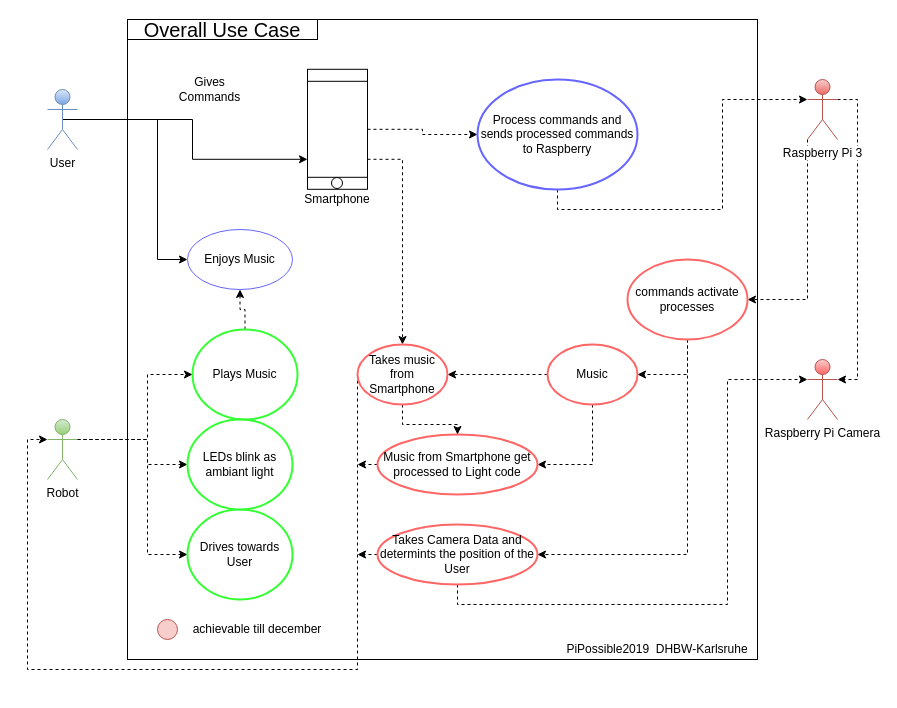
This is OverallUseCaseDiagramm.drawio from PiPossible1/PiPossible, a draw.io file, before an edit. Source tidied: cells renumbered, new cells numbered last; positions are measured from the earlier drawing's top-left corner, leaving out a move shared by most shapes. Both pictures are drawn from the tidied source at 100%, with x=0, y=0 at pixel (27, 19).
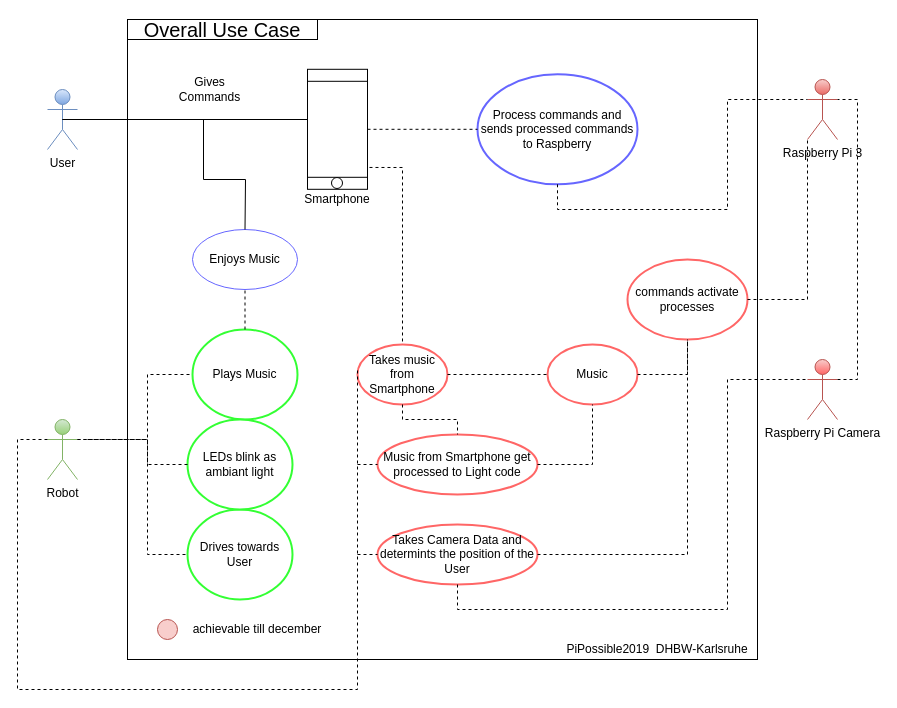
Above is the later version.

The change refers to these unchanged cells:
```xml
<mxCell id="7" value="User&lt;br&gt;" style="shape=umlActor;verticalLabelPosition=bottom;labelBackgroundColor=#ffffff;verticalAlign=top;html=1;gradientColor=#7ea6e0;fillColor=#dae8fc;strokeColor=#6c8ebf;" parent="1" vertex="1">
  <mxGeometry x="20" y="70" width="30" height="60" as="geometry" />
</mxCell>
<mxCell id="10" style="shape=process;whiteSpace=wrap;html=1;backgroundOutline=1;strokeWidth=1;fontFamily=Helvetica;direction=south;" parent="1" vertex="1">
  <mxGeometry x="280" y="49.8" width="60" height="120" as="geometry" />
</mxCell>
<mxCell id="15" value="Plays Music" style="ellipse;whiteSpace=wrap;html=1;strokeWidth=2;fontFamily=Helvetica;strokeColor=#33FF33;" parent="1" vertex="1">
  <mxGeometry x="165" y="310" width="105" height="90" as="geometry" />
</mxCell>
<mxCell id="19" value="Robot" style="shape=umlActor;verticalLabelPosition=bottom;labelBackgroundColor=#ffffff;verticalAlign=top;html=1;outlineConnect=0;strokeColor=#82b366;strokeWidth=1;fontFamily=Helvetica;gradientColor=#97d077;fillColor=#d5e8d4;" parent="1" vertex="1">
  <mxGeometry x="20" y="400" width="30" height="60" as="geometry" />
</mxCell>
<mxCell id="20" value="Drives towards User" style="ellipse;whiteSpace=wrap;html=1;strokeWidth=2;fontFamily=Helvetica;strokeColor=#33FF33;" parent="1" vertex="1">
  <mxGeometry x="160" y="490" width="105" height="90" as="geometry" />
</mxCell>
<mxCell id="21" value="LEDs blink as ambiant light" style="ellipse;whiteSpace=wrap;html=1;strokeWidth=2;fontFamily=Helvetica;strokeColor=#33FF33;" parent="1" vertex="1">
  <mxGeometry x="160" y="400" width="105" height="90" as="geometry" />
</mxCell>
<mxCell id="26" value="Raspberry Pi 3&lt;br&gt;" style="shape=umlActor;verticalLabelPosition=bottom;labelBackgroundColor=#ffffff;verticalAlign=top;html=1;outlineConnect=0;strokeColor=#b85450;strokeWidth=1;fontFamily=Helvetica;gradientColor=#ea6b66;fillColor=#f8cecc;" parent="1" vertex="1">
  <mxGeometry x="780" y="60" width="30" height="60" as="geometry" />
</mxCell>
<mxCell id="32" value="Music" style="ellipse;whiteSpace=wrap;html=1;strokeWidth=2;strokeColor=#FF6666;" parent="1" vertex="1">
  <mxGeometry x="520" y="325" width="90" height="60" as="geometry" />
</mxCell>
<mxCell id="35" value="Takes Camera Data and determints the position of the User" style="ellipse;whiteSpace=wrap;html=1;strokeColor=#FF6666;strokeWidth=2;" parent="1" vertex="1">
  <mxGeometry x="350" y="505" width="160" height="60" as="geometry" />
</mxCell>
<mxCell id="37" value="Music from Smartphone get processed to Light code" style="ellipse;whiteSpace=wrap;html=1;strokeWidth=2;strokeColor=#FF6666;" parent="1" vertex="1">
  <mxGeometry x="350" y="415" width="160" height="60" as="geometry" />
</mxCell>
<mxCell id="40" value="commands activate processes" style="ellipse;whiteSpace=wrap;html=1;strokeColor=#FF6666;strokeWidth=2;" parent="1" vertex="1">
  <mxGeometry x="600" y="240" width="120" height="80" as="geometry" />
</mxCell>
<mxCell id="43" value="Takes music from Smartphone" style="ellipse;whiteSpace=wrap;html=1;strokeColor=#FF6666;strokeWidth=2;" parent="1" vertex="1">
  <mxGeometry x="330" y="325" width="90" height="60" as="geometry" />
</mxCell>
<mxCell id="44" value="Raspberry Pi Camera" style="shape=umlActor;verticalLabelPosition=bottom;labelBackgroundColor=#ffffff;verticalAlign=top;html=1;outlineConnect=0;fillColor=#F8CECC;strokeColor=#b85450;gradientColor=#FF6666;" parent="1" vertex="1">
  <mxGeometry x="780" y="340" width="30" height="60" as="geometry" />
</mxCell>
```

Change to the diagram source:
```diff
@@
-    <mxCell id="5" style="edgeStyle=orthogonalEdgeStyle;rounded=0;jettySize=auto;html=1;exitX=0.5;exitY=0.5;exitDx=0;exitDy=0;exitPerimeter=0;entryX=0.75;entryY=1;entryDx=0;entryDy=0;fontFamily=Helvetica;" parent="1" edge="1" source="7" target="10">
-      <mxGeometry relative="1" as="geometry" />
-    </mxCell>
-    <mxCell id="6" style="edgeStyle=orthogonalEdgeStyle;rounded=0;jettySize=auto;html=1;exitX=0.5;exitY=0.5;exitDx=0;exitDy=0;exitPerimeter=0;entryX=0;entryY=0.5;entryDx=0;entryDy=0;fontFamily=Helvetica;" parent="1" edge="1" source="7" target="13">
-      <mxGeometry relative="1" as="geometry">
-        <Array as="points">
-          <mxPoint x="130" y="100" />
-          <mxPoint x="130" y="240" />
-        </Array>
-      </mxGeometry>
-    </mxCell>
@@
-    <mxCell id="8" style="edgeStyle=orthogonalEdgeStyle;rounded=0;jettySize=auto;html=1;exitX=0.5;exitY=0;exitDx=0;exitDy=0;fontFamily=Helvetica;dashed=1;" parent="1" edge="1" source="10" target="23">
-      <mxGeometry relative="1" as="geometry" />
-    </mxCell>
-    <mxCell id="9" style="edgeStyle=orthogonalEdgeStyle;rounded=0;jettySize=auto;html=1;exitX=0.75;exitY=0;exitDx=0;exitDy=0;entryX=0.5;entryY=0;entryDx=0;entryDy=0;dashed=1;" parent="1" edge="1" source="10" target="43">
-      <mxGeometry relative="1" as="geometry" />
-    </mxCell>
@@
     <mxCell id="13" value="Enjoys Music" style="ellipse;whiteSpace=wrap;html=1;strokeWidth=1;fontFamily=Helvetica;fillColor=#FFFFFF;strokeColor=#6666FF;" parent="1" vertex="1">
-      <mxGeometry x="160" y="210" width="105" height="60" as="geometry" />
+      <mxGeometry x="165" y="210" width="105" height="60" as="geometry" />
     </mxCell>
-    <mxCell id="14" style="edgeStyle=orthogonalEdgeStyle;rounded=0;jettySize=auto;html=1;exitX=0.5;exitY=0;exitDx=0;exitDy=0;entryX=0.5;entryY=1;entryDx=0;entryDy=0;dashed=1;" parent="1" edge="1" source="15" target="13">
-      <mxGeometry relative="1" as="geometry" />
-    </mxCell>
@@
-    <mxCell id="16" style="edgeStyle=orthogonalEdgeStyle;rounded=0;jettySize=auto;html=1;exitX=1;exitY=0.3333333333333333;exitDx=0;exitDy=0;exitPerimeter=0;entryX=0;entryY=0.5;entryDx=0;entryDy=0;dashed=1;" parent="1" edge="1" source="19" target="15">
-      <mxGeometry relative="1" as="geometry">
-        <Array as="points">
-          <mxPoint x="120" y="420" />
-          <mxPoint x="120" y="355" />
-        </Array>
-      </mxGeometry>
-    </mxCell>
-    <mxCell id="17" style="edgeStyle=orthogonalEdgeStyle;rounded=0;jettySize=auto;html=1;exitX=1;exitY=0.3333333333333333;exitDx=0;exitDy=0;exitPerimeter=0;dashed=1;" parent="1" edge="1" source="19" target="21">
-      <mxGeometry relative="1" as="geometry">
-        <Array as="points">
-          <mxPoint x="120" y="420" />
-          <mxPoint x="120" y="445" />
-        </Array>
-      </mxGeometry>
-    </mxCell>
-    <mxCell id="18" style="edgeStyle=orthogonalEdgeStyle;rounded=0;jettySize=auto;html=1;exitX=1;exitY=0.3333333333333333;exitDx=0;exitDy=0;exitPerimeter=0;entryX=0;entryY=0.5;entryDx=0;entryDy=0;dashed=1;" parent="1" edge="1" source="19" target="20">
-      <mxGeometry relative="1" as="geometry">
-        <Array as="points">
-          <mxPoint x="120" y="420" />
-          <mxPoint x="120" y="535" />
-        </Array>
-      </mxGeometry>
-    </mxCell>
@@
-    <mxCell id="22" style="edgeStyle=orthogonalEdgeStyle;rounded=0;jettySize=auto;html=1;exitX=0.5;exitY=1;exitDx=0;exitDy=0;entryX=0;entryY=0.3333333333333333;entryDx=0;entryDy=0;entryPerimeter=0;dashed=1;fontFamily=Helvetica;" parent="1" edge="1" source="23" target="26">
-      <mxGeometry relative="1" as="geometry" />
-    </mxCell>
     <mxCell id="23" value="Process commands and sends processed commands to Raspberry" style="ellipse;whiteSpace=wrap;html=1;strokeWidth=2;fontFamily=Helvetica;strokeColor=#6666FF;" parent="1" vertex="1">
-      <mxGeometry x="450" y="60" width="160" height="110" as="geometry" />
+      <mxGeometry x="450" y="54.8" width="160" height="110" as="geometry" />
     </mxCell>
-    <mxCell id="24" style="edgeStyle=orthogonalEdgeStyle;rounded=0;jettySize=auto;html=1;exitX=0;exitY=1;exitDx=0;exitDy=0;exitPerimeter=0;entryX=1;entryY=0.5;entryDx=0;entryDy=0;dashed=1;" parent="1" edge="1" source="26" target="40">
-      <mxGeometry relative="1" as="geometry" />
-    </mxCell>
-    <mxCell id="25" style="edgeStyle=orthogonalEdgeStyle;rounded=0;jettySize=auto;html=1;exitX=1;exitY=0.3333333333333333;exitDx=0;exitDy=0;exitPerimeter=0;entryX=1;entryY=0.3333333333333333;entryDx=0;entryDy=0;entryPerimeter=0;dashed=1;" parent="1" edge="1" source="26" target="44">
-      <mxGeometry relative="1" as="geometry" />
-    </mxCell>
@@
-    <mxCell id="30" style="edgeStyle=orthogonalEdgeStyle;rounded=0;jettySize=auto;html=1;exitX=0;exitY=0.5;exitDx=0;exitDy=0;entryX=1;entryY=0.5;entryDx=0;entryDy=0;dashed=1;" parent="1" edge="1" source="32" target="43">
-      <mxGeometry relative="1" as="geometry" />
-    </mxCell>
-    <mxCell id="31" style="edgeStyle=orthogonalEdgeStyle;rounded=0;jettySize=auto;html=1;exitX=0.5;exitY=1;exitDx=0;exitDy=0;entryX=1;entryY=0.5;entryDx=0;entryDy=0;dashed=1;" parent="1" edge="1" source="32" target="37">
-      <mxGeometry relative="1" as="geometry" />
-    </mxCell>
@@
-    <mxCell id="33" style="edgeStyle=orthogonalEdgeStyle;rounded=0;jettySize=auto;html=1;exitX=0.5;exitY=1;exitDx=0;exitDy=0;entryX=0;entryY=0.3333333333333333;entryDx=0;entryDy=0;entryPerimeter=0;dashed=1;" parent="1" edge="1" source="35" target="44">
-      <mxGeometry relative="1" as="geometry">
-        <Array as="points">
-          <mxPoint x="430" y="585" />
-          <mxPoint x="700" y="585" />
-          <mxPoint x="700" y="360" />
-        </Array>
-      </mxGeometry>
-    </mxCell>
-    <mxCell id="34" style="edgeStyle=orthogonalEdgeStyle;rounded=0;jettySize=auto;html=1;exitX=0;exitY=0.5;exitDx=0;exitDy=0;dashed=1;" parent="1" edge="1" source="35">
-      <mxGeometry relative="1" as="geometry">
-        <mxPoint x="330" y="535" as="targetPoint" />
-      </mxGeometry>
-    </mxCell>
@@
-    <mxCell id="36" style="edgeStyle=orthogonalEdgeStyle;rounded=0;jettySize=auto;html=1;exitX=0;exitY=0.5;exitDx=0;exitDy=0;dashed=1;" parent="1" edge="1" source="37">
-      <mxGeometry relative="1" as="geometry">
-        <mxPoint x="330" y="445" as="targetPoint" />
-      </mxGeometry>
-    </mxCell>
@@
-    <mxCell id="38" style="edgeStyle=orthogonalEdgeStyle;rounded=0;jettySize=auto;html=1;exitX=0.5;exitY=1;exitDx=0;exitDy=0;entryX=1;entryY=0.5;entryDx=0;entryDy=0;dashed=1;" parent="1" edge="1" source="40" target="32">
-      <mxGeometry relative="1" as="geometry" />
-    </mxCell>
-    <mxCell id="39" style="edgeStyle=orthogonalEdgeStyle;rounded=0;jettySize=auto;html=1;exitX=0.5;exitY=1;exitDx=0;exitDy=0;entryX=1;entryY=0.5;entryDx=0;entryDy=0;dashed=1;" parent="1" edge="1" source="40" target="35">
-      <mxGeometry relative="1" as="geometry" />
-    </mxCell>
@@
-    <mxCell id="41" style="edgeStyle=orthogonalEdgeStyle;rounded=0;jettySize=auto;html=1;exitX=0.5;exitY=1;exitDx=0;exitDy=0;dashed=1;" parent="1" edge="1" source="43" target="37">
-      <mxGeometry relative="1" as="geometry" />
-    </mxCell>
-    <mxCell id="42" style="edgeStyle=orthogonalEdgeStyle;rounded=0;jettySize=auto;html=1;exitX=0;exitY=0.5;exitDx=0;exitDy=0;entryX=0;entryY=0.3333333333333333;entryDx=0;entryDy=0;entryPerimeter=0;dashed=1;" parent="1" edge="1" source="43" target="19">
-      <mxGeometry relative="1" as="geometry">
-        <Array as="points">
-          <mxPoint x="330" y="650" />
-          <mxPoint y="650" />
-          <mxPoint y="420" />
-        </Array>
-      </mxGeometry>
-    </mxCell>
@@
+    <mxCell id="45" style="endArrow=none;html=1;exitX=0.5;exitY=0.5;exitDx=0;exitDy=0;exitPerimeter=0;" parent="1" edge="1" source="7">
+      <mxGeometry relative="1" as="geometry">
+        <mxPoint x="280" y="100" as="targetPoint" />
+      </mxGeometry>
+    </mxCell>
+    <mxCell id="6" style="endArrow=none;html=1;exitX=0.5;exitY=0.5;exitDx=0;exitDy=0;exitPerimeter=0;entryX=0.5;entryY=0;entryDx=0;entryDy=0;rounded=0;" parent="1" edge="1" source="7" target="13">
+      <mxGeometry relative="1" as="geometry">
+        <Array as="points">
+          <mxPoint x="176" y="100" />
+          <mxPoint x="176" y="160" />
+          <mxPoint x="218" y="160" />
+        </Array>
+      </mxGeometry>
+    </mxCell>
+    <mxCell id="46" style="endArrow=none;dashed=1;html=1;entryX=0;entryY=0.5;entryDx=0;entryDy=0;rounded=0;" parent="1" edge="1" target="20">
+      <mxGeometry relative="1" as="geometry">
+        <mxPoint x="60" y="420" as="sourcePoint" />
+        <Array as="points">
+          <mxPoint x="120" y="420" />
+          <mxPoint x="120" y="535" />
+        </Array>
+      </mxGeometry>
+    </mxCell>
+    <mxCell id="47" style="endArrow=none;dashed=1;html=1;entryX=0;entryY=0.5;entryDx=0;entryDy=0;rounded=0;" parent="1" edge="1" target="21">
+      <mxGeometry relative="1" as="geometry">
+        <mxPoint x="50" y="420" as="sourcePoint" />
+        <Array as="points">
+          <mxPoint x="120" y="420" />
+          <mxPoint x="120" y="445" />
+        </Array>
+      </mxGeometry>
+    </mxCell>
+    <mxCell id="16" style="endArrow=none;dashed=1;html=1;entryX=0;entryY=0.5;entryDx=0;entryDy=0;exitX=1;exitY=0.3333333333333333;exitDx=0;exitDy=0;exitPerimeter=0;rounded=0;" parent="1" edge="1" source="19" target="15">
+      <mxGeometry relative="1" as="geometry">
+        <Array as="points">
+          <mxPoint x="120" y="420" />
+          <mxPoint x="120" y="355" />
+        </Array>
+      </mxGeometry>
+    </mxCell>
+    <mxCell id="48" style="endArrow=none;dashed=1;html=1;rounded=0;exitX=0;exitY=0.3333333333333333;exitDx=0;exitDy=0;exitPerimeter=0;" parent="1" edge="1" source="19">
+      <mxGeometry relative="1" as="geometry">
+        <mxPoint x="330" y="350" as="targetPoint" />
+        <Array as="points">
+          <mxPoint x="-10" y="420" />
+          <mxPoint x="-10" y="670" />
+          <mxPoint x="330" y="670" />
+        </Array>
+      </mxGeometry>
+    </mxCell>
+    <mxCell id="14" style="endArrow=none;dashed=1;html=1;entryX=0.5;entryY=1;entryDx=0;entryDy=0;exitX=0.5;exitY=0;exitDx=0;exitDy=0;" parent="1" edge="1" source="15" target="13">
+      <mxGeometry relative="1" as="geometry" />
+    </mxCell>
+    <mxCell id="8" style="endArrow=none;dashed=1;html=1;entryX=0;entryY=0.5;entryDx=0;entryDy=0;" parent="1" edge="1" source="10" target="23">
+      <mxGeometry relative="1" as="geometry" />
+    </mxCell>
+    <mxCell id="9" style="endArrow=none;dashed=1;html=1;entryX=0.5;entryY=0;entryDx=0;entryDy=0;exitX=0.818;exitY=-0.033;exitDx=0;exitDy=0;exitPerimeter=0;rounded=0;" parent="1" edge="1" source="10" target="43">
+      <mxGeometry relative="1" as="geometry">
+        <Array as="points">
+          <mxPoint x="375" y="148" />
+        </Array>
+      </mxGeometry>
+    </mxCell>
+    <mxCell id="49" style="endArrow=none;dashed=1;html=1;entryX=0;entryY=0.5;entryDx=0;entryDy=0;" parent="1" edge="1" target="37">
+      <mxGeometry relative="1" as="geometry">
+        <mxPoint x="330" y="445" as="sourcePoint" />
+      </mxGeometry>
+    </mxCell>
+    <mxCell id="50" style="endArrow=none;dashed=1;html=1;entryX=0;entryY=0.5;entryDx=0;entryDy=0;" parent="1" edge="1" target="35">
+      <mxGeometry relative="1" as="geometry">
+        <mxPoint x="330" y="535" as="sourcePoint" />
+      </mxGeometry>
+    </mxCell>
+    <mxCell id="41" style="endArrow=none;dashed=1;html=1;exitX=0.5;exitY=1;exitDx=0;exitDy=0;entryX=0.5;entryY=0;entryDx=0;entryDy=0;rounded=0;" parent="1" edge="1" source="43" target="37">
+      <mxGeometry relative="1" as="geometry">
+        <Array as="points">
+          <mxPoint x="375" y="400" />
+          <mxPoint x="430" y="400" />
+        </Array>
+      </mxGeometry>
+    </mxCell>
+    <mxCell id="51" style="endArrow=none;dashed=1;html=1;exitX=1;exitY=0.5;exitDx=0;exitDy=0;entryX=0;entryY=0.5;entryDx=0;entryDy=0;" parent="1" edge="1" source="43" target="32">
+      <mxGeometry relative="1" as="geometry" />
+    </mxCell>
+    <mxCell id="52" style="endArrow=none;dashed=1;html=1;entryX=0.5;entryY=1;entryDx=0;entryDy=0;exitX=1;exitY=0.5;exitDx=0;exitDy=0;rounded=0;" parent="1" edge="1" source="32" target="40">
+      <mxGeometry relative="1" as="geometry">
+        <Array as="points">
+          <mxPoint x="660" y="355" />
+        </Array>
+      </mxGeometry>
+    </mxCell>
+    <mxCell id="53" style="endArrow=none;dashed=1;html=1;entryX=0.5;entryY=1;entryDx=0;entryDy=0;exitX=1;exitY=0.5;exitDx=0;exitDy=0;rounded=0;" parent="1" edge="1" source="35" target="40">
+      <mxGeometry relative="1" as="geometry">
+        <Array as="points">
+          <mxPoint x="660" y="535" />
+        </Array>
+      </mxGeometry>
+    </mxCell>
+    <mxCell id="33" style="endArrow=none;dashed=1;html=1;exitX=0.5;exitY=1;exitDx=0;exitDy=0;entryX=0;entryY=0.3333333333333333;entryDx=0;entryDy=0;entryPerimeter=0;rounded=0;" parent="1" edge="1" source="35" target="44">
+      <mxGeometry relative="1" as="geometry">
+        <Array as="points">
+          <mxPoint x="430" y="590" />
+          <mxPoint x="700" y="590" />
+          <mxPoint x="700" y="360" />
+        </Array>
+      </mxGeometry>
+    </mxCell>
+    <mxCell id="54" style="endArrow=none;dashed=1;html=1;entryX=1;entryY=0.3333333333333333;entryDx=0;entryDy=0;entryPerimeter=0;exitX=1;exitY=0.3333333333333333;exitDx=0;exitDy=0;exitPerimeter=0;rounded=0;" parent="1" edge="1" source="44" target="26">
+      <mxGeometry relative="1" as="geometry">
+        <Array as="points">
+          <mxPoint x="830" y="360" />
+          <mxPoint x="830" y="80" />
+        </Array>
+      </mxGeometry>
+    </mxCell>
+    <mxCell id="22" style="endArrow=none;dashed=1;html=1;exitX=0.5;exitY=1;exitDx=0;exitDy=0;entryX=0;entryY=0.3333333333333333;entryDx=0;entryDy=0;entryPerimeter=0;rounded=0;" parent="1" edge="1" source="23" target="26">
+      <mxGeometry relative="1" as="geometry">
+        <Array as="points">
+          <mxPoint x="530" y="190" />
+          <mxPoint x="700" y="190" />
+          <mxPoint x="700" y="80" />
+        </Array>
+      </mxGeometry>
+    </mxCell>
+    <mxCell id="55" style="endArrow=none;dashed=1;html=1;entryX=0;entryY=1;entryDx=0;entryDy=0;entryPerimeter=0;exitX=1;exitY=0.5;exitDx=0;exitDy=0;rounded=0;" parent="1" edge="1" source="40" target="26">
+      <mxGeometry relative="1" as="geometry">
+        <Array as="points">
+          <mxPoint x="780" y="280" />
+        </Array>
+      </mxGeometry>
+    </mxCell>
+    <mxCell id="56" style="endArrow=none;dashed=1;html=1;entryX=0.5;entryY=1;entryDx=0;entryDy=0;exitX=1;exitY=0.5;exitDx=0;exitDy=0;rounded=0;" parent="1" edge="1" source="37" target="32">
+      <mxGeometry relative="1" as="geometry">
+        <Array as="points">
+          <mxPoint x="565" y="445" />
+        </Array>
+      </mxGeometry>
+    </mxCell>
```
